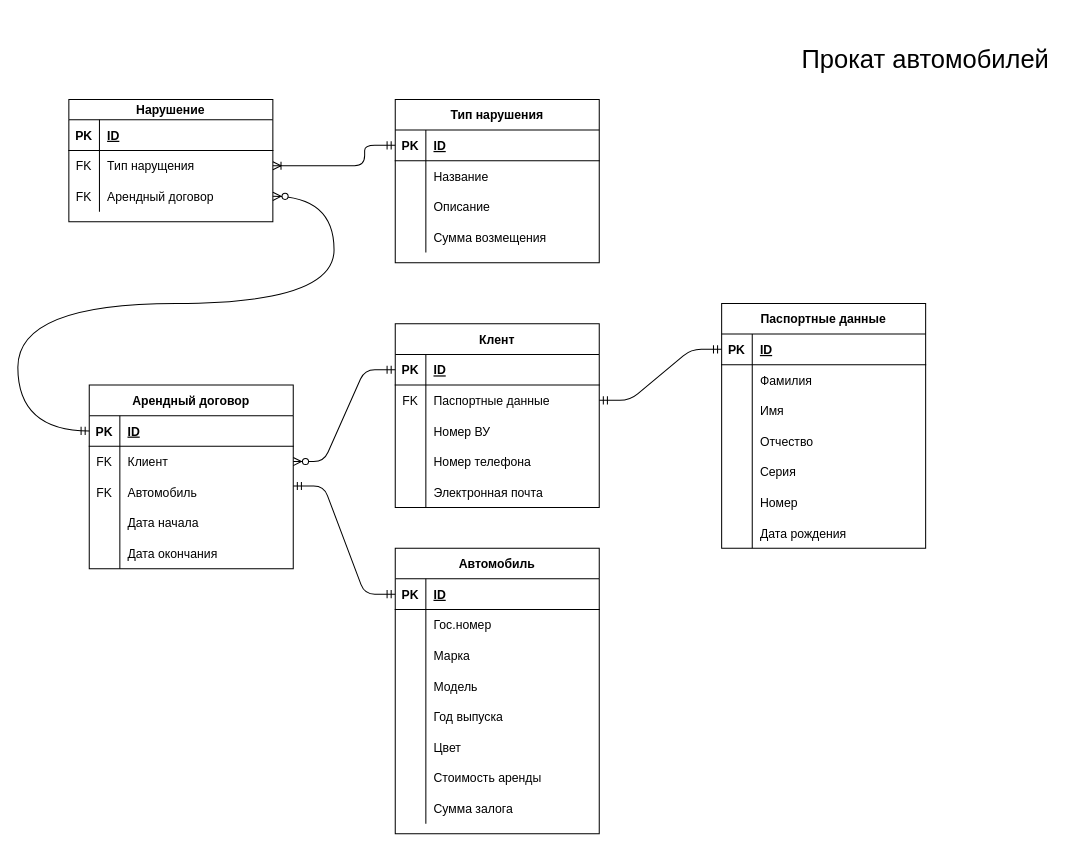
Above: er/market.drawio in agrowein/database-project (draw.io), before the change. Source tidied: cells renumbered, new cells numbered last; positions are measured from the earlier drawing's top-left corner, leaving out a move shared by most shapes. Both pictures are drawn from the tidied source at 102%, with x=0, y=0 at pixel (17, 17).
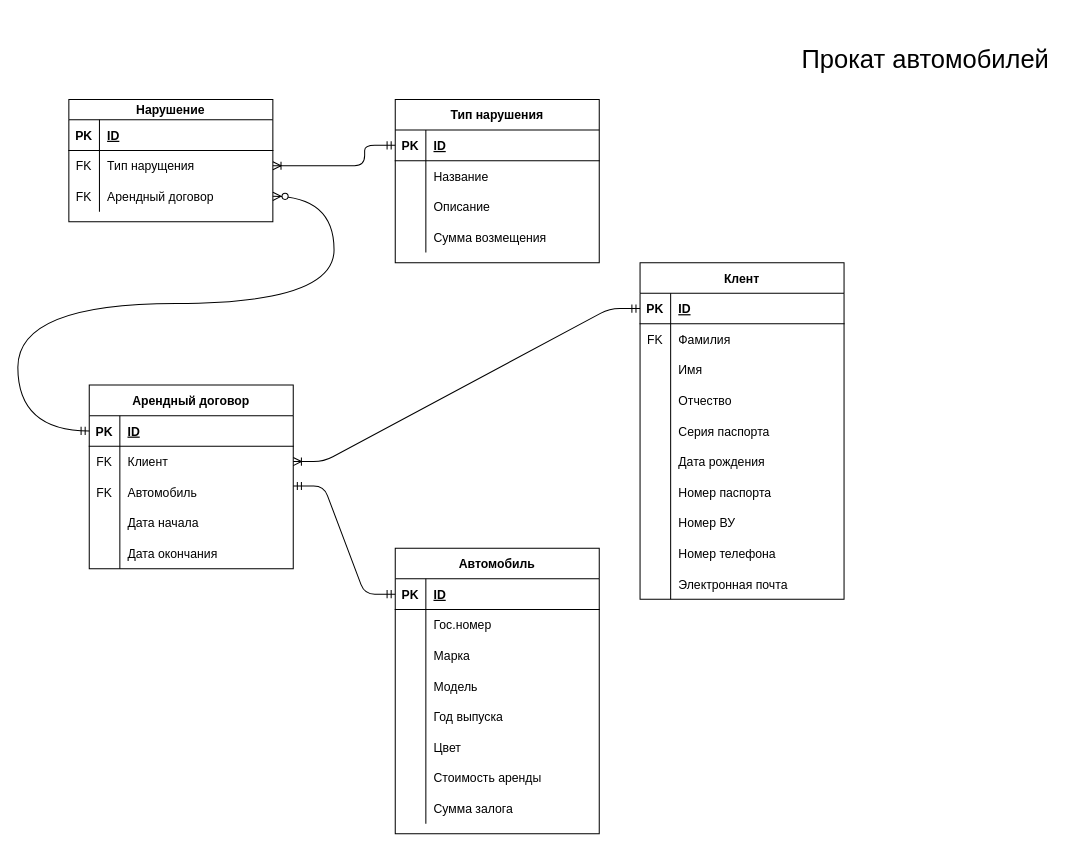
The same page after the edit.

The change refers to these unchanged cells:
```xml
<mxCell id="29" style="shape=partialRectangle;fillColor=none;top=0;left=0;bottom=1;right=0;points=[[0,0.5],[1,0.5]];portConstraint=eastwest;" parent="28" vertex="1">
  <mxGeometry y="30" width="200" height="30" as="geometry" />
</mxCell>
<mxCell id="32" style="shape=partialRectangle;fillColor=none;top=0;left=0;bottom=0;right=0;points=[[0,0.5],[1,0.5]];portConstraint=eastwest;" parent="28" vertex="1">
  <mxGeometry y="60" width="200" height="30" as="geometry" />
</mxCell>
<mxCell id="48" style="shape=partialRectangle;fillColor=none;top=0;left=0;bottom=0;right=0;points=[[0,0.5],[1,0.5]];portConstraint=eastwest;" parent="44" vertex="1">
  <mxGeometry y="60" width="200" height="30" as="geometry" />
</mxCell>
```

What changed in the source:
```diff
@@
     <mxCell id="28" value="Клент" style="shape=table;startSize=30;childLayout=tableLayout;rowLines=0;fontStyle=1;align=center;" parent="1" vertex="1">
-      <mxGeometry x="370" y="300" width="200" height="180" as="geometry" />
+      <mxGeometry x="610" y="240" width="200" height="330" as="geometry" />
     </mxCell>
@@
-    <mxCell id="34" value="Паспортные данные" style="shape=partialRectangle;fillColor=none;top=0;left=0;bottom=0;right=0;align=left;spacingLeft=6;overflow=hidden;" parent="32" vertex="1">
+    <mxCell id="34" value="Фамилия" style="shape=partialRectangle;fillColor=none;top=0;left=0;bottom=0;right=0;align=left;spacingLeft=6;overflow=hidden;" parent="32" vertex="1">
       <mxGeometry x="30" width="170" height="30" as="geometry" />
     </mxCell>
+    <mxCell id="110" style="shape=partialRectangle;fillColor=none;top=0;left=0;bottom=0;right=0;hachureGap=4;" parent="28" vertex="1">
+      <mxGeometry y="90" width="200" height="30" as="geometry" />
+    </mxCell>
+    <mxCell id="111" style="shape=partialRectangle;fillColor=none;top=0;left=0;bottom=0;right=0;overflow=hidden;" parent="110" vertex="1">
+      <mxGeometry width="30" height="30" as="geometry" />
+    </mxCell>
+    <mxCell id="69" value="Имя" style="shape=partialRectangle;fillColor=none;top=0;left=0;bottom=0;right=0;align=left;spacingLeft=6;overflow=hidden;" parent="110" vertex="1">
+      <mxGeometry x="30" width="170" height="30" as="geometry" />
+    </mxCell>
+    <mxCell id="112" style="shape=partialRectangle;fillColor=none;top=0;left=0;bottom=0;right=0;hachureGap=4;" parent="28" vertex="1">
+      <mxGeometry y="120" width="200" height="30" as="geometry" />
+    </mxCell>
+    <mxCell id="113" style="shape=partialRectangle;fillColor=none;top=0;left=0;bottom=0;right=0;overflow=hidden;" parent="112" vertex="1">
+      <mxGeometry width="30" height="30" as="geometry" />
+    </mxCell>
+    <mxCell id="72" value="Отчество" style="shape=partialRectangle;fillColor=none;top=0;left=0;bottom=0;right=0;align=left;spacingLeft=6;overflow=hidden;" parent="112" vertex="1">
+      <mxGeometry x="30" width="170" height="30" as="geometry" />
+    </mxCell>
+    <mxCell id="114" style="shape=partialRectangle;fillColor=none;top=0;left=0;bottom=0;right=0;hachureGap=4;" parent="28" vertex="1">
+      <mxGeometry y="150" width="200" height="30" as="geometry" />
+    </mxCell>
+    <mxCell id="115" style="shape=partialRectangle;fillColor=none;top=0;left=0;bottom=0;right=0;overflow=hidden;" parent="114" vertex="1">
+      <mxGeometry width="30" height="30" as="geometry" />
+    </mxCell>
+    <mxCell id="116" value="Серия паспорта" style="shape=partialRectangle;fillColor=none;top=0;left=0;bottom=0;right=0;align=left;spacingLeft=6;overflow=hidden;" parent="114" vertex="1">
+      <mxGeometry x="30" width="170" height="30" as="geometry" />
+    </mxCell>
+    <mxCell id="117" style="shape=partialRectangle;fillColor=none;top=0;left=0;bottom=0;right=0;hachureGap=4;" parent="28" vertex="1">
+      <mxGeometry y="180" width="200" height="30" as="geometry" />
+    </mxCell>
+    <mxCell id="118" style="shape=partialRectangle;fillColor=none;top=0;left=0;bottom=0;right=0;overflow=hidden;" parent="117" vertex="1">
+      <mxGeometry width="30" height="30" as="geometry" />
+    </mxCell>
+    <mxCell id="81" value="Дата рождения" style="shape=partialRectangle;fillColor=none;top=0;left=0;bottom=0;right=0;align=left;spacingLeft=6;overflow=hidden;" parent="117" vertex="1">
+      <mxGeometry x="30" width="170" height="30" as="geometry" />
+    </mxCell>
+    <mxCell id="119" style="shape=partialRectangle;fillColor=none;top=0;left=0;bottom=0;right=0;hachureGap=4;" parent="28" vertex="1">
+      <mxGeometry y="210" width="200" height="30" as="geometry" />
+    </mxCell>
+    <mxCell id="120" style="shape=partialRectangle;fillColor=none;top=0;left=0;bottom=0;right=0;overflow=hidden;" parent="119" vertex="1">
+      <mxGeometry width="30" height="30" as="geometry" />
+    </mxCell>
+    <mxCell id="121" value="Номер паспорта" style="shape=partialRectangle;fillColor=none;top=0;left=0;bottom=0;right=0;align=left;spacingLeft=6;overflow=hidden;" parent="119" vertex="1">
+      <mxGeometry x="30" width="170" height="30" as="geometry" />
+    </mxCell>
     <mxCell id="35" style="shape=partialRectangle;fillColor=none;top=0;left=0;bottom=0;right=0;" parent="28" vertex="1">
-      <mxGeometry y="90" width="200" height="30" as="geometry" />
+      <mxGeometry y="240" width="200" height="30" as="geometry" />
     </mxCell>
@@
     <mxCell id="38" style="shape=partialRectangle;fillColor=none;top=0;left=0;bottom=0;right=0;" parent="28" vertex="1">
-      <mxGeometry y="120" width="200" height="30" as="geometry" />
+      <mxGeometry y="270" width="200" height="30" as="geometry" />
     </mxCell>
@@
     <mxCell id="41" style="shape=partialRectangle;fillColor=none;top=0;left=0;bottom=0;right=0;" parent="28" vertex="1">
-      <mxGeometry y="150" width="200" height="30" as="geometry" />
+      <mxGeometry y="300" width="200" height="30" as="geometry" />
     </mxCell>
@@
-    <mxCell id="60" value="Паспортные данные" style="shape=table;startSize=30;childLayout=tableLayout;rowLines=0;fontStyle=1;align=center;" parent="1" vertex="1">
-      <mxGeometry x="690" y="280" width="200" height="240" as="geometry" />
-    </mxCell>
-    <mxCell id="61" style="shape=partialRectangle;fillColor=none;top=0;left=0;bottom=1;right=0;points=[[0,0.5],[1,0.5]];portConstraint=eastwest;" parent="60" vertex="1">
-      <mxGeometry y="30" width="200" height="30" as="geometry" />
-    </mxCell>
-    <mxCell id="62" value="PK" style="shape=partialRectangle;fillColor=none;top=0;left=0;bottom=0;right=0;fontStyle=1;overflow=hidden;" parent="61" vertex="1">
-      <mxGeometry width="30" height="30" as="geometry" />
-    </mxCell>
-    <mxCell id="63" value="ID" style="shape=partialRectangle;fillColor=none;top=0;left=0;bottom=0;right=0;align=left;spacingLeft=6;fontStyle=5;overflow=hidden;" parent="61" vertex="1">
-      <mxGeometry x="30" width="170" height="30" as="geometry" />
-    </mxCell>
-    <mxCell id="64" style="shape=partialRectangle;fillColor=none;top=0;left=0;bottom=0;right=0;" parent="60" vertex="1">
-      <mxGeometry y="60" width="200" height="30" as="geometry" />
-    </mxCell>
-    <mxCell id="65" style="shape=partialRectangle;fillColor=none;top=0;left=0;bottom=0;right=0;overflow=hidden;" parent="64" vertex="1">
-      <mxGeometry width="30" height="30" as="geometry" />
-    </mxCell>
-    <mxCell id="66" value="Фамилия" style="shape=partialRectangle;fillColor=none;top=0;left=0;bottom=0;right=0;align=left;spacingLeft=6;overflow=hidden;" parent="64" vertex="1">
-      <mxGeometry x="30" width="170" height="30" as="geometry" />
-    </mxCell>
-    <mxCell id="67" style="shape=partialRectangle;fillColor=none;top=0;left=0;bottom=0;right=0;" parent="60" vertex="1">
-      <mxGeometry y="90" width="200" height="30" as="geometry" />
-    </mxCell>
-    <mxCell id="68" style="shape=partialRectangle;fillColor=none;top=0;left=0;bottom=0;right=0;overflow=hidden;" parent="67" vertex="1">
-      <mxGeometry width="30" height="30" as="geometry" />
-    </mxCell>
-    <mxCell id="69" value="Имя" style="shape=partialRectangle;fillColor=none;top=0;left=0;bottom=0;right=0;align=left;spacingLeft=6;overflow=hidden;" parent="67" vertex="1">
-      <mxGeometry x="30" width="170" height="30" as="geometry" />
-    </mxCell>
-    <mxCell id="70" style="shape=partialRectangle;fillColor=none;top=0;left=0;bottom=0;right=0;" parent="60" vertex="1">
-      <mxGeometry y="120" width="200" height="30" as="geometry" />
-    </mxCell>
-    <mxCell id="71" style="shape=partialRectangle;fillColor=none;top=0;left=0;bottom=0;right=0;overflow=hidden;" parent="70" vertex="1">
-      <mxGeometry width="30" height="30" as="geometry" />
-    </mxCell>
-    <mxCell id="72" value="Отчество" style="shape=partialRectangle;fillColor=none;top=0;left=0;bottom=0;right=0;align=left;spacingLeft=6;overflow=hidden;" parent="70" vertex="1">
-      <mxGeometry x="30" width="170" height="30" as="geometry" />
-    </mxCell>
-    <mxCell id="73" style="shape=partialRectangle;fillColor=none;top=0;left=0;bottom=0;right=0;" parent="60" vertex="1">
-      <mxGeometry y="150" width="200" height="30" as="geometry" />
-    </mxCell>
-    <mxCell id="74" style="shape=partialRectangle;fillColor=none;top=0;left=0;bottom=0;right=0;overflow=hidden;" parent="73" vertex="1">
-      <mxGeometry width="30" height="30" as="geometry" />
-    </mxCell>
-    <mxCell id="75" value="Серия" style="shape=partialRectangle;fillColor=none;top=0;left=0;bottom=0;right=0;align=left;spacingLeft=6;overflow=hidden;" parent="73" vertex="1">
-      <mxGeometry x="30" width="170" height="30" as="geometry" />
-    </mxCell>
-    <mxCell id="76" style="shape=partialRectangle;fillColor=none;top=0;left=0;bottom=0;right=0;" parent="60" vertex="1">
-      <mxGeometry y="180" width="200" height="30" as="geometry" />
-    </mxCell>
-    <mxCell id="77" style="shape=partialRectangle;fillColor=none;top=0;left=0;bottom=0;right=0;overflow=hidden;" parent="76" vertex="1">
-      <mxGeometry width="30" height="30" as="geometry" />
-    </mxCell>
-    <mxCell id="78" value="Номер" style="shape=partialRectangle;fillColor=none;top=0;left=0;bottom=0;right=0;align=left;spacingLeft=6;overflow=hidden;" parent="76" vertex="1">
-      <mxGeometry x="30" width="170" height="30" as="geometry" />
-    </mxCell>
-    <mxCell id="79" style="shape=partialRectangle;fillColor=none;top=0;left=0;bottom=0;right=0;" parent="60" vertex="1">
-      <mxGeometry y="210" width="200" height="30" as="geometry" />
-    </mxCell>
-    <mxCell id="80" style="shape=partialRectangle;fillColor=none;top=0;left=0;bottom=0;right=0;overflow=hidden;" parent="79" vertex="1">
-      <mxGeometry width="30" height="30" as="geometry" />
-    </mxCell>
-    <mxCell id="81" value="Дата рождения" style="shape=partialRectangle;fillColor=none;top=0;left=0;bottom=0;right=0;align=left;spacingLeft=6;overflow=hidden;" parent="79" vertex="1">
-      <mxGeometry x="30" width="170" height="30" as="geometry" />
-    </mxCell>
@@
-    <mxCell id="105" style="edgeStyle=entityRelationEdgeStyle;fontSize=12;html=1;endArrow=ERmandOne;startArrow=ERmandOne;exitX=1;exitY=0.5;exitDx=0;exitDy=0;entryX=0;entryY=0.5;entryDx=0;entryDy=0;" parent="1" edge="1" source="32" target="61">
-      <mxGeometry relative="1" as="geometry" />
-    </mxCell>
@@
-    <mxCell id="109" style="edgeStyle=entityRelationEdgeStyle;fontSize=12;html=1;endArrow=ERmandOne;exitX=1;exitY=0.5;exitDx=0;exitDy=0;entryX=0;entryY=0.5;entryDx=0;entryDy=0;startArrow=ERzeroToMany;startFill=1;" parent="1" edge="1" source="48" target="29">
+    <mxCell id="109" style="edgeStyle=entityRelationEdgeStyle;fontSize=12;html=1;endArrow=ERmandOne;exitX=1;exitY=0.5;exitDx=0;exitDy=0;entryX=0;entryY=0.5;entryDx=0;entryDy=0;startArrow=ERoneToMany;startFill=0;" parent="1" edge="1" source="48" target="29">
       <mxGeometry relative="1" as="geometry" />
     </mxCell>
```
